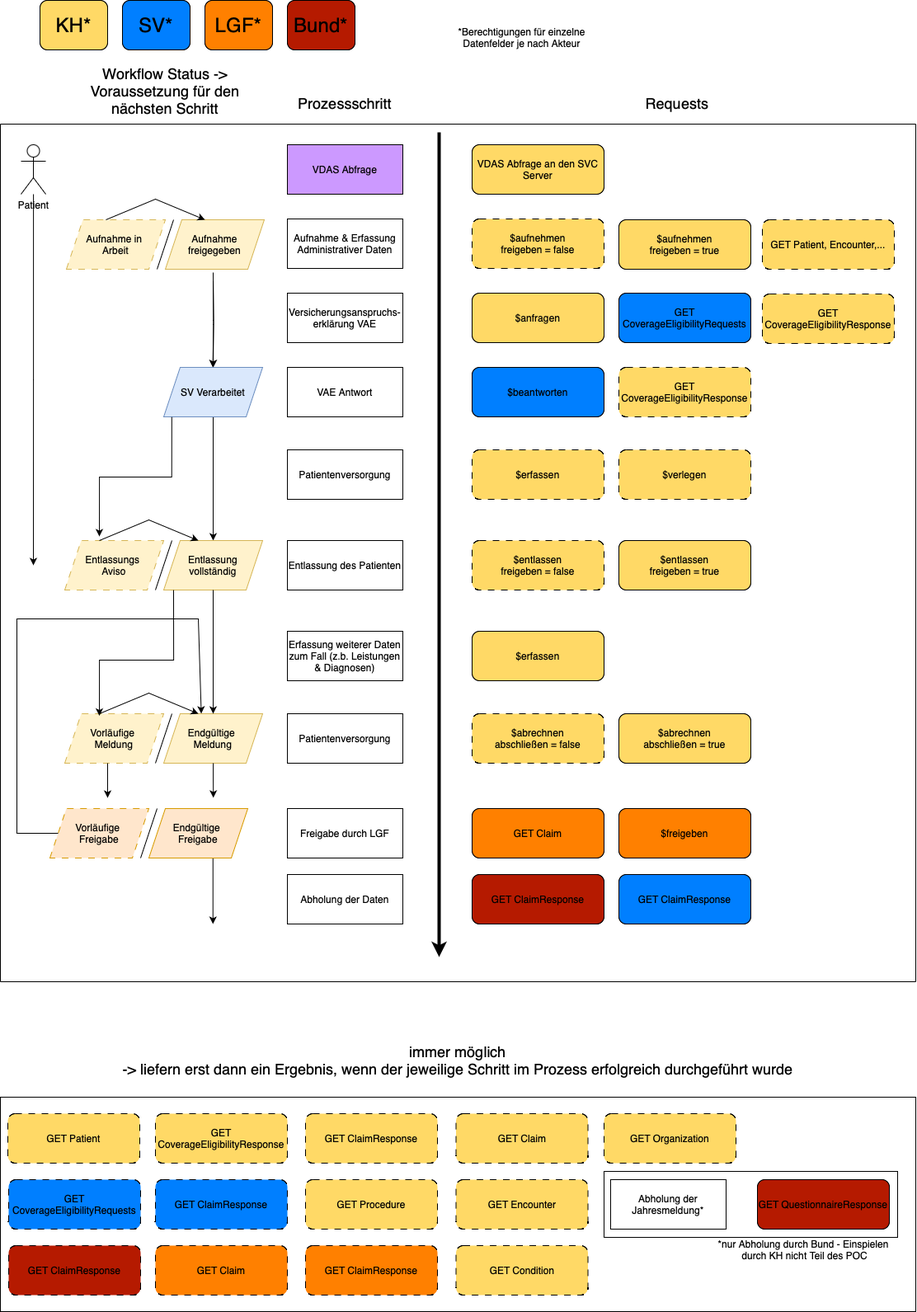
The draw.io diagram input/images/MOPED_Poster.png in HL7Austria/ELGA-MOPED-R5, before a commit. Source tidied: cells renumbered, new cells last; positions are measured from the earlier drawing's top-left corner, leaving out a move shared by most shapes.
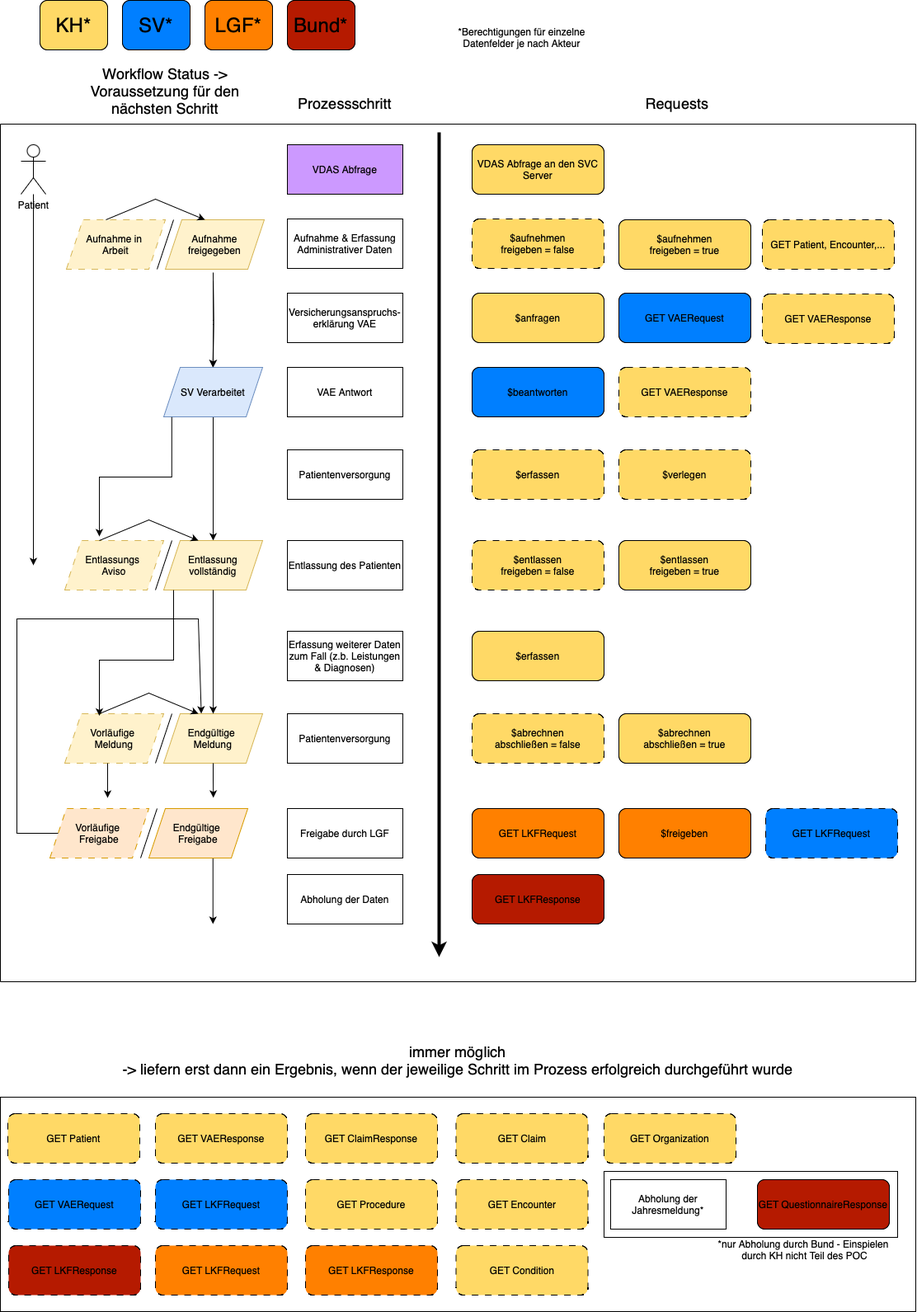
After the change.

Commit message:
update poster with new names

What changed in the source:
```diff
@@ -64,19 +64,19 @@
     <mxCell id="21" value="$beantworten" style="rounded=1;whiteSpace=wrap;html=1;fillColor=#007FFF;strokeColor=light-dark(#000000, #5c79a3);" parent="1" vertex="1">
       <mxGeometry x="572" y="445" width="160" height="60" as="geometry" />
     </mxCell>
-    <mxCell id="22" value="GET CoverageEligibilityRequests" style="rounded=1;whiteSpace=wrap;html=1;fillColor=#007FFF;strokeColor=light-dark(#000000, #5c79a3);" parent="1" vertex="1">
+    <mxCell id="22" value="GET VAERequest" style="rounded=1;whiteSpace=wrap;html=1;fillColor=#007FFF;strokeColor=light-dark(#000000, #5c79a3);" parent="1" vertex="1">
       <mxGeometry x="750" y="355" width="160" height="60" as="geometry" />
     </mxCell>
     <mxCell id="23" value="VDAS Abfrage an den SVC Server" style="rounded=1;whiteSpace=wrap;html=1;fillColor=#FFD966;strokeColor=light-dark(#000000, #9577a3);" parent="1" vertex="1">
       <mxGeometry x="572" y="175" width="160" height="60" as="geometry" />
     </mxCell>
-    <mxCell id="24" value="GET ClaimResponse" style="rounded=1;whiteSpace=wrap;html=1;fillColor=#007FFF;strokeColor=light-dark(#000000, #5c79a3);" parent="1" vertex="1">
-      <mxGeometry x="750" y="1060" width="160" height="60" as="geometry" />
+    <mxCell id="24" value="GET LKFRequest" style="rounded=1;whiteSpace=wrap;html=1;fillColor=#007FFF;strokeColor=light-dark(#000000, #5c79a3);dashed=1;dashPattern=8 8;" parent="1" vertex="1">
+      <mxGeometry x="928" y="980" width="160" height="60" as="geometry" />
     </mxCell>
     <mxCell id="25" value="$freigeben" style="rounded=1;whiteSpace=wrap;html=1;fillColor=#FF8000;strokeColor=light-dark(#000000, #996500);" parent="1" vertex="1">
       <mxGeometry x="750" y="980" width="160" height="60" as="geometry" />
     </mxCell>
-    <mxCell id="26" value="GET ClaimResponse" style="rounded=1;whiteSpace=wrap;html=1;fillColor=light-dark(#B51A00,#512D2B);strokeColor=light-dark(#000000, #5c79a3);" parent="1" vertex="1">
+    <mxCell id="26" value="GET LKFResponse" style="rounded=1;whiteSpace=wrap;html=1;fillColor=light-dark(#B51A00,#512D2B);strokeColor=light-dark(#000000, #5c79a3);" parent="1" vertex="1">
       <mxGeometry x="572" y="1060" width="160" height="60" as="geometry" />
     </mxCell>
     <mxCell id="27" value="Freigabe durch LGF" style="rounded=0;whiteSpace=wrap;html=1;" parent="1" vertex="1">
@@ -85,7 +85,7 @@
     <mxCell id="28" value="Abholung der Daten" style="rounded=0;whiteSpace=wrap;html=1;" parent="1" vertex="1">
       <mxGeometry x="348" y="1060" width="140" height="60" as="geometry" />
     </mxCell>
-    <mxCell id="29" value="GET Claim" style="rounded=1;whiteSpace=wrap;html=1;fillColor=#FF8000;strokeColor=light-dark(#000000, #996500);" parent="1" vertex="1">
+    <mxCell id="29" value="GET LKFRequest" style="rounded=1;whiteSpace=wrap;html=1;fillColor=#FF8000;strokeColor=light-dark(#000000, #996500);" parent="1" vertex="1">
       <mxGeometry x="572" y="980" width="160" height="60" as="geometry" />
     </mxCell>
     <mxCell id="30" value="$abrechnen&lt;div&gt;abschließen = true&lt;br&gt;&lt;/div&gt;" style="rounded=1;whiteSpace=wrap;html=1;fillColor=light-dark(#FFD966,#281D00);strokeColor=light-dark(#000000, #6d5100);" parent="1" vertex="1">
@@ -103,7 +103,7 @@
     <mxCell id="34" value="Patientenversorgung" style="rounded=0;whiteSpace=wrap;html=1;" parent="1" vertex="1">
       <mxGeometry x="348" y="865" width="140" height="60" as="geometry" />
     </mxCell>
-    <mxCell id="35" value="GET CoverageEligibilityResponse" style="rounded=1;whiteSpace=wrap;html=1;fillColor=light-dark(#FFD966,#281D00);strokeColor=light-dark(#000000, #6d5100);dashed=1;dashPattern=8 8;" parent="1" vertex="1">
+    <mxCell id="35" value="GET VAEResponse" style="rounded=1;whiteSpace=wrap;html=1;fillColor=light-dark(#FFD966,#281D00);strokeColor=light-dark(#000000, #6d5100);dashed=1;dashPattern=8 8;" parent="1" vertex="1">
       <mxGeometry x="750" y="445" width="160" height="60" as="geometry" />
     </mxCell>
     <mxCell id="36" value="Aufnahme in&amp;nbsp;&lt;div&gt;Arbeit&lt;/div&gt;" style="shape=parallelogram;perimeter=parallelogramPerimeter;whiteSpace=wrap;html=1;fixedSize=1;fillColor=#fff2cc;strokeColor=#d6b656;dashed=1;dashPattern=8 8;" parent="1" vertex="1">
@@ -144,7 +144,7 @@
     <mxCell id="45" value="SV Verarbeitet" style="shape=parallelogram;perimeter=parallelogramPerimeter;whiteSpace=wrap;html=1;fixedSize=1;fillColor=#dae8fc;strokeColor=#6c8ebf;" parent="1" vertex="1">
       <mxGeometry x="198" y="445" width="120" height="60" as="geometry" />
     </mxCell>
-    <mxCell id="46" value="GET CoverageEligibilityResponse" style="rounded=1;whiteSpace=wrap;html=1;fillColor=light-dark(#FFD966,#281D00);strokeColor=light-dark(#000000, #6d5100);dashed=1;dashPattern=8 8;" parent="1" vertex="1">
+    <mxCell id="46" value="GET VAEResponse" style="rounded=1;whiteSpace=wrap;html=1;fillColor=light-dark(#FFD966,#281D00);strokeColor=light-dark(#000000, #6d5100);dashed=1;dashPattern=8 8;" parent="1" vertex="1">
       <mxGeometry x="924" y="356" width="160" height="60" as="geometry" />
     </mxCell>
     <mxCell id="47" value="Entlassung vollständig" style="shape=parallelogram;perimeter=parallelogramPerimeter;whiteSpace=wrap;html=1;fixedSize=1;fillColor=#fff2cc;strokeColor=#d6b656;" parent="1" vertex="1">
@@ -233,22 +233,22 @@
         <mxPoint x="190" y="980" as="targetPoint" />
       </mxGeometry>
     </mxCell>
-    <mxCell id="66" value="GET Claim" style="rounded=1;whiteSpace=wrap;html=1;fillColor=#FF8000;strokeColor=light-dark(#000000, #996500);dashed=1;dashPattern=8 8;" parent="1" vertex="1">
+    <mxCell id="66" value="GET LKFRequest" style="rounded=1;whiteSpace=wrap;html=1;fillColor=#FF8000;strokeColor=light-dark(#000000, #996500);dashed=1;dashPattern=8 8;" parent="1" vertex="1">
       <mxGeometry x="188" y="1510" width="160" height="60" as="geometry" />
     </mxCell>
     <mxCell id="67" value="GET Patient" style="rounded=1;whiteSpace=wrap;html=1;fillColor=light-dark(#FFD966,#281D00);strokeColor=light-dark(#000000, #6d5100);dashed=1;dashPattern=8 8;" parent="1" vertex="1">
       <mxGeometry x="9" y="1350" width="160" height="60" as="geometry" />
     </mxCell>
-    <mxCell id="68" value="GET CoverageEligibilityRequests" style="rounded=1;whiteSpace=wrap;html=1;fillColor=#007FFF;strokeColor=light-dark(#000000, #5c79a3);dashed=1;dashPattern=8 8;" parent="1" vertex="1">
+    <mxCell id="68" value="GET VAERequest" style="rounded=1;whiteSpace=wrap;html=1;fillColor=#007FFF;strokeColor=light-dark(#000000, #5c79a3);dashed=1;dashPattern=8 8;" parent="1" vertex="1">
       <mxGeometry x="10" y="1430" width="160" height="60" as="geometry" />
     </mxCell>
-    <mxCell id="69" value="GET ClaimResponse" style="rounded=1;whiteSpace=wrap;html=1;fillColor=light-dark(#B51A00,#512D2B);strokeColor=light-dark(#000000, #5c79a3);dashed=1;dashPattern=8 8;" parent="1" vertex="1">
+    <mxCell id="69" value="GET LKFResponse" style="rounded=1;whiteSpace=wrap;html=1;fillColor=light-dark(#B51A00,#512D2B);strokeColor=light-dark(#000000, #5c79a3);dashed=1;dashPattern=8 8;" parent="1" vertex="1">
       <mxGeometry x="10" y="1510" width="160" height="60" as="geometry" />
     </mxCell>
-    <mxCell id="70" value="GET ClaimResponse" style="rounded=1;whiteSpace=wrap;html=1;fillColor=#007FFF;strokeColor=light-dark(#000000, #5c79a3);dashed=1;dashPattern=8 8;" parent="1" vertex="1">
+    <mxCell id="70" value="GET LKFRequest" style="rounded=1;whiteSpace=wrap;html=1;fillColor=#007FFF;strokeColor=light-dark(#000000, #5c79a3);dashed=1;dashPattern=8 8;" parent="1" vertex="1">
       <mxGeometry x="188" y="1430" width="160" height="60" as="geometry" />
     </mxCell>
-    <mxCell id="71" value="GET CoverageEligibilityResponse" style="rounded=1;whiteSpace=wrap;html=1;fillColor=light-dark(#FFD966,#281D00);strokeColor=light-dark(#000000, #6d5100);dashed=1;dashPattern=8 8;" parent="1" vertex="1">
+    <mxCell id="71" value="GET VAEResponse" style="rounded=1;whiteSpace=wrap;html=1;fillColor=light-dark(#FFD966,#281D00);strokeColor=light-dark(#000000, #6d5100);dashed=1;dashPattern=8 8;" parent="1" vertex="1">
       <mxGeometry x="188" y="1350" width="160" height="60" as="geometry" />
     </mxCell>
     <mxCell id="72" value="GET ClaimResponse" style="rounded=1;whiteSpace=wrap;html=1;fillColor=#FFD966;strokeColor=light-dark(#000000, #996500);dashed=1;dashPattern=8 8;" parent="1" vertex="1">
@@ -293,7 +293,7 @@
     <mxCell id="81" value="GET Claim" style="rounded=1;whiteSpace=wrap;html=1;fillColor=light-dark(#FFD966,#281D00);strokeColor=light-dark(#000000, #6d5100);dashed=1;dashPattern=8 8;" parent="1" vertex="1">
       <mxGeometry x="552.5" y="1350" width="160" height="60" as="geometry" />
     </mxCell>
-    <mxCell id="82" value="GET ClaimResponse" style="rounded=1;whiteSpace=wrap;html=1;fillColor=light-dark(#FF8000,#281D00);strokeColor=light-dark(#000000, #6d5100);dashed=1;dashPattern=8 8;" parent="1" vertex="1">
+    <mxCell id="82" value="GET LKFResponse" style="rounded=1;whiteSpace=wrap;html=1;fillColor=light-dark(#FF8000,#281D00);strokeColor=light-dark(#000000, #6d5100);dashed=1;dashPattern=8 8;" parent="1" vertex="1">
       <mxGeometry x="370" y="1510" width="160" height="60" as="geometry" />
     </mxCell>
     <mxCell id="83" style="endArrow=classic;html=1;rounded=0;strokeWidth=4;" parent="1" edge="1">
```
